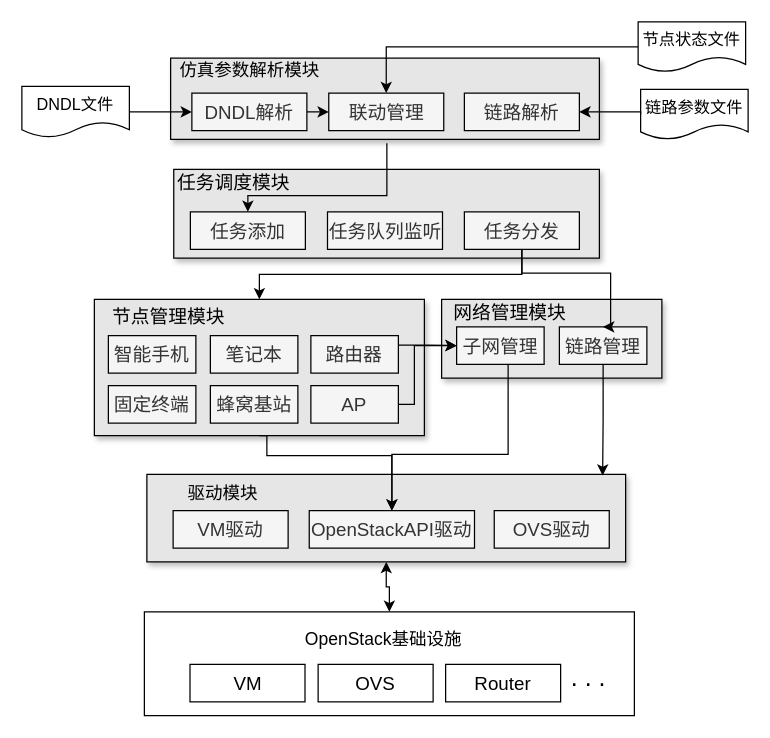
The draw.io diagram page "renew2_原型系统架构" (1 of 5) of 网络仿真系统.drawio in Icarus1994/neutron_conf, before the edit. Source tidied: cells renumbered, new cells numbered last; positions are measured from the earlier drawing's top-left corner, leaving out a move shared by most shapes. Both pictures are drawn from the tidied source at 125%, with x=0, y=0 at pixel (21, 21).
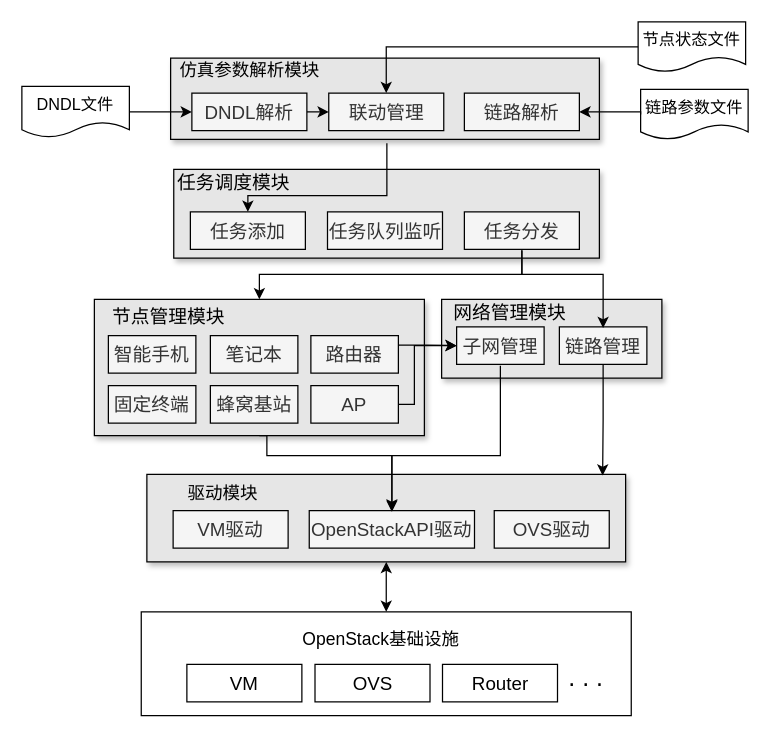
The same diagram, later.

Commit message:
Update 网络仿真系统.drawio

The change refers to these unchanged cells:
```xml
<mxCell id="9" value="&lt;span style=&quot;font-size: 15px&quot;&gt;OpenStackAPI驱动&lt;/span&gt;" style="rounded=0;whiteSpace=wrap;html=1;fillColor=#f5f5f5;strokeColor=#000000;fontColor=#333333;" parent="1" vertex="1">
  <mxGeometry x="229.9" y="391" width="132.2" height="30" as="geometry" />
</mxCell>
<mxCell id="26" value="&lt;span style=&quot;font-size: 15px&quot;&gt;子网管理&lt;/span&gt;" style="rounded=0;whiteSpace=wrap;html=1;fillColor=#f5f5f5;strokeColor=#000000;fontColor=#333333;" parent="1" vertex="1">
  <mxGeometry x="347.8" y="244" width="70" height="30" as="geometry" />
</mxCell>
<mxCell id="37" value="&lt;span style=&quot;font-size: 15px&quot;&gt;链路管理&lt;/span&gt;" style="rounded=0;whiteSpace=wrap;html=1;fillColor=#f5f5f5;strokeColor=#000000;fontColor=#333333;" parent="1" vertex="1">
  <mxGeometry x="430" y="244" width="70" height="30" as="geometry" />
</mxCell>
<mxCell id="45" value="&lt;span style=&quot;font-size: 15px&quot;&gt;任务分发&lt;/span&gt;" style="rounded=0;whiteSpace=wrap;html=1;fillColor=#f5f5f5;strokeColor=#000000;fontColor=#333333;" parent="1" vertex="1">
  <mxGeometry x="354" y="152" width="92" height="30" as="geometry" />
</mxCell>
```

Change to the diagram source:
```diff
@@
     <mxCell id="2" style="rounded=0;whiteSpace=wrap;html=1;" parent="1" vertex="1">
-      <mxGeometry x="98" y="472" width="392" height="83" as="geometry" />
+      <mxGeometry x="95.5" y="472" width="392" height="83" as="geometry" />
     </mxCell>
@@
     <mxCell id="12" value="OpenStack基础设施" style="text;html=1;align=center;verticalAlign=middle;fontSize=14;" parent="1" vertex="1">
-      <mxGeometry x="219" y="484" width="140" height="20" as="geometry" />
+      <mxGeometry x="216.5" y="484" width="140" height="20" as="geometry" />
     </mxCell>
     <mxCell id="13" value="&lt;span style=&quot;font-size: 15px&quot;&gt;VM&lt;/span&gt;" style="rounded=0;whiteSpace=wrap;html=1;" parent="1" vertex="1">
-      <mxGeometry x="134.5" y="514" width="92" height="30" as="geometry" />
+      <mxGeometry x="132" y="514" width="92" height="30" as="geometry" />
     </mxCell>
     <mxCell id="14" value="&lt;span style=&quot;font-size: 15px&quot;&gt;OVS&lt;/span&gt;" style="rounded=0;whiteSpace=wrap;html=1;" parent="1" vertex="1">
-      <mxGeometry x="237" y="514" width="92" height="30" as="geometry" />
+      <mxGeometry x="234.5" y="514" width="92" height="30" as="geometry" />
     </mxCell>
     <mxCell id="15" value="&lt;span style=&quot;font-size: 15px&quot;&gt;Router&lt;/span&gt;" style="rounded=0;whiteSpace=wrap;html=1;" parent="1" vertex="1">
-      <mxGeometry x="339" y="514" width="92" height="30" as="geometry" />
+      <mxGeometry x="336.5" y="514" width="92" height="30" as="geometry" />
     </mxCell>
     <mxCell id="16" value="&lt;font style=&quot;font-size: 20px&quot;&gt;. . .&lt;/font&gt;" style="text;html=1;align=center;verticalAlign=middle;fontSize=14;" parent="1" vertex="1">
-      <mxGeometry x="433" y="514" width="40" height="20" as="geometry" />
+      <mxGeometry x="430.5" y="514" width="40" height="20" as="geometry" />
     </mxCell>
@@
-    <mxCell id="25" style="edgeStyle=orthogonalEdgeStyle;rounded=0;jettySize=auto;html=1;exitX=0.5;exitY=1;exitDx=0;exitDy=0;entryX=0.5;entryY=0;entryDx=0;entryDy=0;strokeColor=#000000;" parent="1" edge="1" source="26" target="9">
+    <mxCell id="25" style="edgeStyle=orthogonalEdgeStyle;rounded=0;orthogonalLoop=1;jettySize=auto;html=1;exitX=0.5;exitY=1;exitDx=0;exitDy=0;entryX=0.5;entryY=0;entryDx=0;entryDy=0;strokeColor=#000000;" parent="1" edge="1">
       <mxGeometry relative="1" as="geometry">
+        <mxPoint x="382.8" y="275" as="sourcePoint" />
+        <mxPoint x="296" y="392" as="targetPoint" />
         <Array as="points">
-          <mxPoint x="389" y="346" />
-          <mxPoint x="296" y="346" />
+          <mxPoint x="383" y="347" />
+          <mxPoint x="296" y="347" />
         </Array>
       </mxGeometry>
     </mxCell>
@@
-    <mxCell id="43" style="edgeStyle=orthogonalEdgeStyle;rounded=0;jettySize=auto;html=1;exitX=0.5;exitY=1;exitDx=0;exitDy=0;entryX=0.5;entryY=0;entryDx=0;entryDy=0;strokeColor=#000000;" parent="1" edge="1" source="45" target="37">
+    <mxCell id="43" style="edgeStyle=orthogonalEdgeStyle;rounded=0;orthogonalLoop=1;jettySize=auto;html=1;exitX=0.5;exitY=1;exitDx=0;exitDy=0;entryX=0.5;entryY=0;entryDx=0;entryDy=0;strokeColor=#000000;" parent="1" edge="1">
       <mxGeometry relative="1" as="geometry">
+        <mxPoint x="400" y="183" as="sourcePoint" />
+        <mxPoint x="465" y="245" as="targetPoint" />
         <Array as="points">
-          <mxPoint x="400" y="201" />
-          <mxPoint x="471" y="201" />
+          <mxPoint x="400" y="202" />
+          <mxPoint x="465" y="202" />
         </Array>
       </mxGeometry>
     </mxCell>
```
